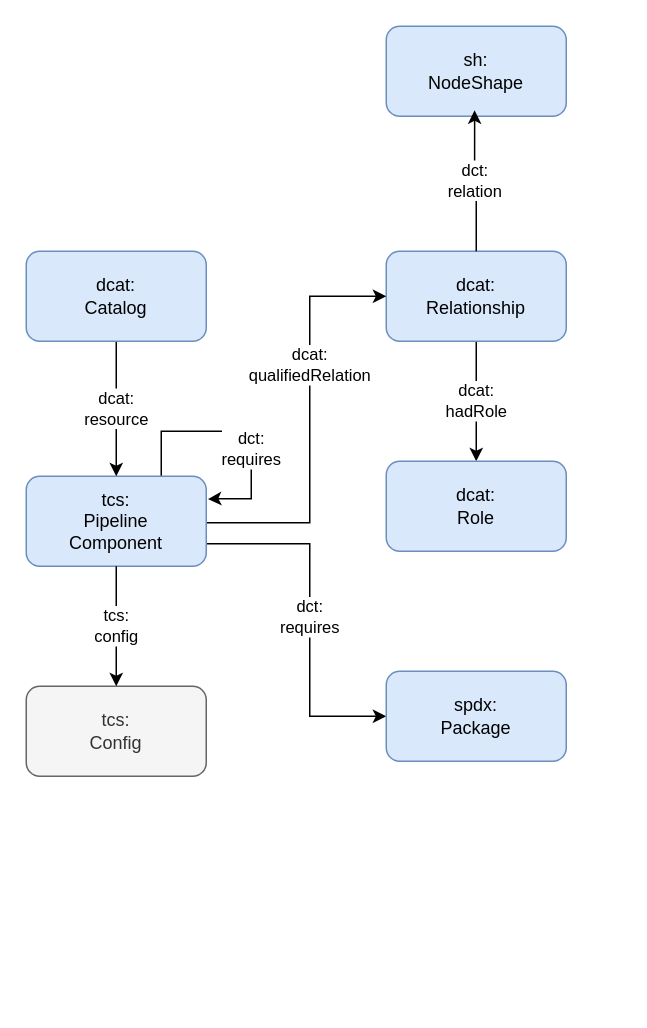
Earlier version of the draw.io diagram page "Component Catalog" (4 of 4) of semantic model/diagrams/diagrams.drawio (thcarsten/toolchain-specification). Source tidied: cells renumbered, new cells numbered last; positions are measured from the earlier drawing's top-left corner, leaving out a move shared by most shapes. Both pictures are drawn from the tidied source at 150%, with x=0, y=0 at pixel (26, 26).
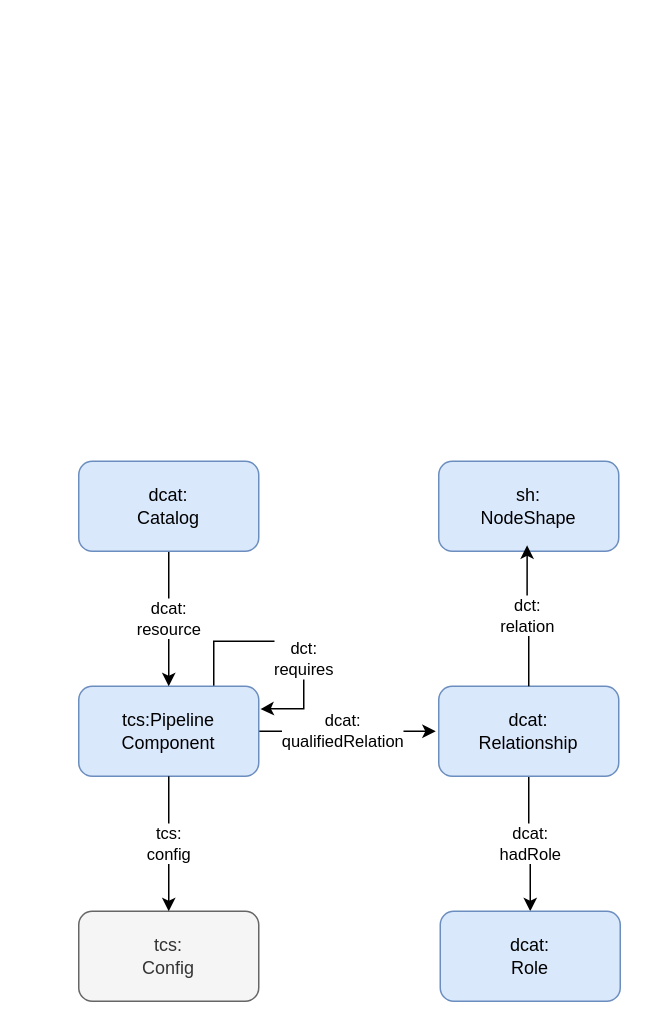
The same page after the edit.

Diff of the diagram source:
```diff
@@
     <mxCell id="3" value="dcat:&lt;div&gt;Relationship&lt;/div&gt;" style="rounded=1;whiteSpace=wrap;html=1;gradientDirection=north;fillColor=#dae8fc;strokeColor=#6c8ebf;" parent="1" vertex="1">
-      <mxGeometry x="240" y="150" width="120" height="60" as="geometry" />
+      <mxGeometry x="275" y="440" width="120" height="60" as="geometry" />
     </mxCell>
     <mxCell id="4" value="dcat:&lt;div&gt;Role&lt;/div&gt;" style="rounded=1;whiteSpace=wrap;html=1;gradientDirection=north;fillColor=#dae8fc;strokeColor=#6c8ebf;" parent="1" vertex="1">
-      <mxGeometry x="240" y="290" width="120" height="60" as="geometry" />
+      <mxGeometry x="276" y="590" width="120" height="60" as="geometry" />
     </mxCell>
-    <mxCell id="5" value="dct:&lt;div&gt;requires&lt;/div&gt;" style="edgeStyle=orthogonalEdgeStyle;rounded=0;orthogonalLoop=1;jettySize=auto;html=1;exitX=0.75;exitY=0;exitDx=0;exitDy=0;entryX=1.009;entryY=0.254;entryDx=0;entryDy=0;entryPerimeter=0;" parent="1" edge="1" source="8" target="8">
+    <mxCell id="5" value="dct:&lt;div&gt;requires&lt;/div&gt;" style="edgeStyle=orthogonalEdgeStyle;rounded=0;orthogonalLoop=1;jettySize=auto;html=1;exitX=0.75;exitY=0;exitDx=0;exitDy=0;entryX=1.009;entryY=0.254;entryDx=0;entryDy=0;entryPerimeter=0;" parent="1" edge="1" source="16" target="16">
       <mxGeometry x="0.24" relative="1" as="geometry">
         <Array as="points">
-          <mxPoint x="90" y="270" />
-          <mxPoint x="150" y="270" />
-          <mxPoint x="150" y="315" />
-          <mxPoint x="127" y="315" />
+          <mxPoint x="125" y="410" />
+          <mxPoint x="185" y="410" />
+          <mxPoint x="185" y="455" />
+          <mxPoint x="162" y="455" />
         </Array>
       </mxGeometry>
     </mxCell>
-    <mxCell id="6" value="dcat:&lt;div&gt;qualifiedRelation&lt;/div&gt;" style="edgeStyle=orthogonalEdgeStyle;rounded=0;jettySize=auto;html=1;exitX=1;exitY=0.5;exitDx=0;exitDy=0;entryX=0;entryY=0.5;entryDx=0;entryDy=0;" parent="1" edge="1" target="3">
-      <mxGeometry x="0.29" relative="1" as="geometry">
-        <mxPoint x="120" y="330" as="sourcePoint" />
-        <Array as="points">
-          <mxPoint x="120" y="331" />
-          <mxPoint x="189" y="331" />
-          <mxPoint x="189" y="180" />
-        </Array>
+    <mxCell id="6" value="dcat:&lt;div&gt;qualifiedRelation&lt;/div&gt;" style="edgeStyle=orthogonalEdgeStyle;rounded=0;orthogonalLoop=1;jettySize=auto;html=1;exitX=1;exitY=0.5;exitDx=0;exitDy=0;entryX=0;entryY=0.5;entryDx=0;entryDy=0;" parent="1" edge="1">
+      <mxGeometry x="-0.05" relative="1" as="geometry">
+        <mxPoint x="155" y="470" as="sourcePoint" />
+        <mxPoint x="273" y="470" as="targetPoint" />
       </mxGeometry>
     </mxCell>
-    <mxCell id="7" value="dct:&lt;div&gt;requires&lt;/div&gt;" style="edgeStyle=orthogonalEdgeStyle;rounded=0;jettySize=auto;html=1;exitX=1;exitY=0.75;exitDx=0;exitDy=0;entryX=0;entryY=0.5;entryDx=0;entryDy=0;" parent="1" edge="1" source="8" target="15">
-      <mxGeometry relative="1" as="geometry">
-        <Array as="points">
-          <mxPoint x="189" y="345" />
-          <mxPoint x="189" y="460" />
-        </Array>
-      </mxGeometry>
-    </mxCell>
-    <mxCell id="8" value="tcs:&lt;div&gt;Pipeline&lt;div&gt;Component&lt;/div&gt;&lt;/div&gt;" style="rounded=1;whiteSpace=wrap;html=1;fillColor=#dae8fc;strokeColor=#6c8ebf;" parent="1" vertex="1">
-      <mxGeometry y="300" width="120" height="60" as="geometry" />
-    </mxCell>
+    <mxCell id="16" value="tcs:Pipeline&lt;div&gt;Component&lt;/div&gt;" style="rounded=1;whiteSpace=wrap;html=1;fillColor=#dae8fc;strokeColor=#6c8ebf;" parent="1" vertex="1">
+      <mxGeometry x="35" y="440" width="120" height="60" as="geometry" />
+    </mxCell>
-    <mxCell id="9" value="dcat:&lt;div&gt;resource&lt;/div&gt;" style="edgeStyle=orthogonalEdgeStyle;rounded=0;jettySize=auto;html=1;exitX=0.5;exitY=1;exitDx=0;exitDy=0;" parent="1" edge="1" source="10" target="8">
+    <mxCell id="9" value="dcat:&lt;div&gt;resource&lt;/div&gt;" style="edgeStyle=orthogonalEdgeStyle;rounded=0;jettySize=auto;html=1;exitX=0.5;exitY=1;exitDx=0;exitDy=0;" parent="1" edge="1" source="10" target="16">
       <mxGeometry relative="1" as="geometry" />
     </mxCell>
     <mxCell id="10" value="dcat:&lt;div&gt;Catalog&lt;/div&gt;" style="rounded=1;whiteSpace=wrap;html=1;fillColor=#dae8fc;strokeColor=#6c8ebf;" parent="1" vertex="1">
-      <mxGeometry y="150" width="120" height="60" as="geometry" />
+      <mxGeometry x="35" y="290" width="120" height="60" as="geometry" />
     </mxCell>
     <mxCell id="11" value="tcs:&lt;div&gt;Config&lt;/div&gt;" style="rounded=1;whiteSpace=wrap;html=1;fillColor=#f5f5f5;strokeColor=#666666;fontColor=#333333;" parent="1" vertex="1">
-      <mxGeometry y="440" width="120" height="60" as="geometry" />
+      <mxGeometry x="35" y="590" width="120" height="60" as="geometry" />
     </mxCell>
-    <mxCell id="12" value="tcs:&lt;div&gt;config&lt;/div&gt;" style="edgeStyle=orthogonalEdgeStyle;rounded=0;jettySize=auto;html=1;exitX=0.5;exitY=1;exitDx=0;exitDy=0;entryX=0.5;entryY=0;entryDx=0;entryDy=0;" parent="1" edge="1" source="8" target="11">
+    <mxCell id="12" value="tcs:&lt;div&gt;config&lt;/div&gt;" style="edgeStyle=orthogonalEdgeStyle;rounded=0;jettySize=auto;html=1;exitX=0.5;exitY=1;exitDx=0;exitDy=0;entryX=0.5;entryY=0;entryDx=0;entryDy=0;" parent="1" edge="1" source="16" target="11">
       <mxGeometry relative="1" as="geometry" />
     </mxCell>
     <mxCell id="13" value="sh:&lt;div&gt;NodeShape&lt;/div&gt;" style="rounded=1;whiteSpace=wrap;html=1;gradientDirection=north;fillColor=#dae8fc;strokeColor=#6c8ebf;" parent="1" vertex="1">
-      <mxGeometry x="240" width="120" height="60" as="geometry" />
+      <mxGeometry x="275" y="290" width="120" height="60" as="geometry" />
     </mxCell>
@@
-    <mxCell id="15" value="spdx:&lt;div&gt;Package&lt;/div&gt;" style="rounded=1;whiteSpace=wrap;html=1;fillColor=#dae8fc;strokeColor=#6c8ebf;" parent="1" vertex="1">
-      <mxGeometry x="240" y="430" width="120" height="60" as="geometry" />
-    </mxCell>
```
